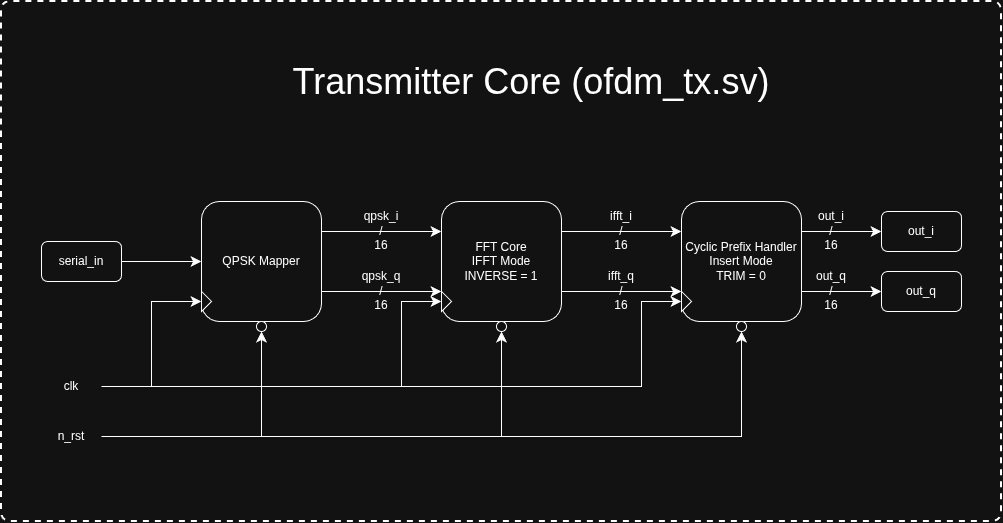
Earlier version of the draw.io export diagrams/transmittercorertl.png (Yauk-An-Ant/OFDM-Baseband-PHY-FPGA). Source tidied: cells renumbered, new cells last; positions are measured from the earlier drawing's top-left corner, leaving out a move shared by most shapes. Source of this version:
```xml
<mxGraphModel>
  <root>
    <mxCell id="0" />
    <mxCell id="1" parent="0" />
    <mxCell id="2" value="&lt;div&gt;&lt;br&gt;&lt;/div&gt;&lt;div&gt;&lt;br&gt;&lt;/div&gt;qpsk_q&lt;div&gt;/&lt;/div&gt;&lt;div&gt;16&lt;/div&gt;" style="text;html=1;whiteSpace=wrap;strokeColor=none;fillColor=none;align=center;verticalAlign=middle;rounded=0;fontFamily=Helvetica;fontSize=12;fontColor=default;labelBackgroundColor=default;" parent="1" vertex="1">
      <mxGeometry x="350" y="260" width="60" height="30" as="geometry" />
    </mxCell>
    <mxCell id="3" value="&lt;div&gt;&lt;br&gt;&lt;/div&gt;&lt;div&gt;&lt;br&gt;&lt;/div&gt;qpsk_i&lt;div&gt;/&lt;/div&gt;&lt;div&gt;16&lt;/div&gt;" style="text;html=1;whiteSpace=wrap;strokeColor=none;fillColor=none;align=center;verticalAlign=middle;rounded=0;fontFamily=Helvetica;fontSize=12;fontColor=default;labelBackgroundColor=default;" parent="1" vertex="1">
      <mxGeometry x="350" y="200" width="60" height="30" as="geometry" />
    </mxCell>
    <mxCell id="4" style="edgeStyle=orthogonalEdgeStyle;shape=connector;rounded=0;jettySize=auto;html=1;exitX=1;exitY=0.75;exitDx=0;exitDy=0;entryX=0;entryY=0.75;entryDx=0;entryDy=0;strokeColor=default;align=center;verticalAlign=middle;fontFamily=Helvetica;fontSize=12;fontColor=default;labelBackgroundColor=default;startSize=8;endArrow=classic;endSize=8;" parent="1" edge="1" source="12" target="15">
      <mxGeometry relative="1" as="geometry" />
    </mxCell>
    <mxCell id="5" value="&lt;div&gt;&lt;br&gt;&lt;/div&gt;&lt;div&gt;&lt;br&gt;&lt;/div&gt;ifft_q&lt;div&gt;/&lt;/div&gt;&lt;div&gt;16&lt;/div&gt;" style="text;html=1;whiteSpace=wrap;strokeColor=none;fillColor=none;align=center;verticalAlign=middle;rounded=0;fontFamily=Helvetica;fontSize=12;fontColor=default;labelBackgroundColor=default;" parent="1" vertex="1">
      <mxGeometry x="590" y="260" width="60" height="30" as="geometry" />
    </mxCell>
    <mxCell id="6" value="&lt;div&gt;&lt;br&gt;&lt;/div&gt;&lt;div&gt;&lt;br&gt;&lt;/div&gt;ifft_i&lt;div&gt;/&lt;/div&gt;&lt;div&gt;16&lt;/div&gt;" style="text;html=1;whiteSpace=wrap;strokeColor=none;fillColor=none;align=center;verticalAlign=middle;rounded=0;fontFamily=Helvetica;fontSize=12;fontColor=default;labelBackgroundColor=default;" parent="1" vertex="1">
      <mxGeometry x="590" y="200" width="60" height="30" as="geometry" />
    </mxCell>
    <mxCell id="7" value="&lt;div&gt;&lt;br&gt;&lt;/div&gt;&lt;div&gt;&lt;br&gt;&lt;/div&gt;out_q&lt;br&gt;&lt;div&gt;/&lt;/div&gt;&lt;div&gt;16&lt;/div&gt;" style="text;html=1;whiteSpace=wrap;strokeColor=none;fillColor=none;align=center;verticalAlign=middle;rounded=0;fontFamily=Helvetica;fontSize=12;fontColor=default;labelBackgroundColor=default;" parent="1" vertex="1">
      <mxGeometry x="800" y="260" width="60" height="30" as="geometry" />
    </mxCell>
    <mxCell id="8" value="&lt;div&gt;&lt;br&gt;&lt;/div&gt;&lt;div&gt;&lt;br&gt;&lt;/div&gt;out_i&lt;br&gt;&lt;div&gt;/&lt;/div&gt;&lt;div&gt;16&lt;/div&gt;" style="text;html=1;whiteSpace=wrap;strokeColor=none;fillColor=none;align=center;verticalAlign=middle;rounded=0;fontFamily=Helvetica;fontSize=12;fontColor=default;labelBackgroundColor=default;" parent="1" vertex="1">
      <mxGeometry x="800" y="200" width="60" height="30" as="geometry" />
    </mxCell>
    <mxCell id="9" style="edgeStyle=orthogonalEdgeStyle;rounded=0;jettySize=auto;html=1;exitX=1;exitY=0.5;exitDx=0;exitDy=0;entryX=0;entryY=0.5;entryDx=0;entryDy=0;fontSize=12;startSize=8;endSize=8;" parent="1" edge="1" source="10" target="12">
      <mxGeometry relative="1" as="geometry" />
    </mxCell>
    <mxCell id="10" value="serial_in" style="rounded=1;whiteSpace=wrap;html=1;" parent="1" vertex="1">
      <mxGeometry x="40" y="240" width="80" height="40" as="geometry" />
    </mxCell>
    <mxCell id="11" style="edgeStyle=orthogonalEdgeStyle;shape=connector;rounded=0;jettySize=auto;html=1;exitX=1;exitY=0.25;exitDx=0;exitDy=0;entryX=0;entryY=0.25;entryDx=0;entryDy=0;strokeColor=default;align=center;verticalAlign=middle;fontFamily=Helvetica;fontSize=12;fontColor=default;labelBackgroundColor=default;startSize=8;endArrow=classic;endSize=8;" parent="1" edge="1" source="12" target="15">
      <mxGeometry relative="1" as="geometry" />
    </mxCell>
    <mxCell id="12" value="QPSK Mapper" style="rounded=1;whiteSpace=wrap;html=1;" parent="1" vertex="1">
      <mxGeometry x="200" y="200" width="120" height="120" as="geometry" />
    </mxCell>
    <mxCell id="13" style="edgeStyle=orthogonalEdgeStyle;shape=connector;rounded=0;jettySize=auto;html=1;exitX=1;exitY=0.25;exitDx=0;exitDy=0;entryX=0;entryY=0.25;entryDx=0;entryDy=0;strokeColor=default;align=center;verticalAlign=middle;fontFamily=Helvetica;fontSize=12;fontColor=default;labelBackgroundColor=default;startSize=8;endArrow=classic;endSize=8;" parent="1" edge="1" source="15" target="18">
      <mxGeometry relative="1" as="geometry" />
    </mxCell>
    <mxCell id="14" style="edgeStyle=orthogonalEdgeStyle;shape=connector;rounded=0;jettySize=auto;html=1;exitX=1;exitY=0.75;exitDx=0;exitDy=0;entryX=0;entryY=0.75;entryDx=0;entryDy=0;strokeColor=default;align=center;verticalAlign=middle;fontFamily=Helvetica;fontSize=12;fontColor=default;labelBackgroundColor=default;startSize=8;endArrow=classic;endSize=8;" parent="1" edge="1" source="15" target="18">
      <mxGeometry relative="1" as="geometry" />
    </mxCell>
    <mxCell id="15" value="FFT Core&lt;div&gt;IFFT Mode&lt;/div&gt;&lt;div&gt;INVERSE = 1&lt;/div&gt;" style="rounded=1;whiteSpace=wrap;html=1;" parent="1" vertex="1">
      <mxGeometry x="440" y="200" width="120" height="120" as="geometry" />
    </mxCell>
    <mxCell id="16" style="edgeStyle=orthogonalEdgeStyle;shape=connector;rounded=0;jettySize=auto;html=1;exitX=1;exitY=0.25;exitDx=0;exitDy=0;entryX=0;entryY=0.5;entryDx=0;entryDy=0;strokeColor=default;align=center;verticalAlign=middle;fontFamily=Helvetica;fontSize=12;fontColor=default;labelBackgroundColor=default;startSize=8;endArrow=classic;endSize=8;" parent="1" edge="1" source="18" target="19">
      <mxGeometry relative="1" as="geometry" />
    </mxCell>
    <mxCell id="17" style="edgeStyle=orthogonalEdgeStyle;shape=connector;rounded=0;jettySize=auto;html=1;exitX=1;exitY=0.75;exitDx=0;exitDy=0;entryX=0;entryY=0.5;entryDx=0;entryDy=0;strokeColor=default;align=center;verticalAlign=middle;fontFamily=Helvetica;fontSize=12;fontColor=default;labelBackgroundColor=default;startSize=8;endArrow=classic;endSize=8;" parent="1" edge="1" source="18" target="20">
      <mxGeometry relative="1" as="geometry" />
    </mxCell>
    <mxCell id="18" value="Cyclic Prefix Handler&lt;div&gt;Insert Mode&lt;/div&gt;&lt;div&gt;TRIM = 0&lt;/div&gt;" style="rounded=1;whiteSpace=wrap;html=1;" parent="1" vertex="1">
      <mxGeometry x="680" y="200" width="120" height="120" as="geometry" />
    </mxCell>
    <mxCell id="19" value="out_i" style="rounded=1;whiteSpace=wrap;html=1;fontFamily=Helvetica;fontSize=12;fontColor=default;labelBackgroundColor=default;" parent="1" vertex="1">
      <mxGeometry x="880" y="210" width="80" height="40" as="geometry" />
    </mxCell>
    <mxCell id="20" value="out_q" style="rounded=1;whiteSpace=wrap;html=1;fontFamily=Helvetica;fontSize=12;fontColor=default;labelBackgroundColor=default;" parent="1" vertex="1">
      <mxGeometry x="880" y="270" width="80" height="40" as="geometry" />
    </mxCell>
    <mxCell id="21" value="Transmitter Core (ofdm_tx.sv)" style="text;html=1;whiteSpace=wrap;strokeColor=none;fillColor=none;align=center;verticalAlign=middle;rounded=0;fontFamily=Helvetica;fontSize=36;fontColor=default;labelBackgroundColor=default;" parent="1" vertex="1">
      <mxGeometry x="280" y="30" width="500" height="100" as="geometry" />
    </mxCell>
    <mxCell id="22" value=" " style="endArrow=none;dashed=1;html=1;strokeWidth=2;rounded=1;strokeColor=default;align=center;verticalAlign=middle;fontFamily=Helvetica;fontSize=12;fontColor=default;labelBackgroundColor=default;edgeStyle=orthogonalEdgeStyle;startSize=8;endSize=8;curved=0;" parent="1" edge="1">
      <mxGeometry relative="1" as="geometry">
        <mxPoint y="130" as="sourcePoint" />
        <mxPoint y="130" as="targetPoint" />
        <Array as="points">
          <mxPoint y="520" />
          <mxPoint x="1000" y="520" />
          <mxPoint x="1000" />
          <mxPoint />
        </Array>
      </mxGeometry>
    </mxCell>
    <mxCell id="23" style="edgeStyle=orthogonalEdgeStyle;shape=connector;rounded=0;jettySize=auto;html=1;exitX=1;exitY=0.5;exitDx=0;exitDy=0;entryX=0;entryY=0.5;entryDx=0;entryDy=0;strokeColor=default;align=center;verticalAlign=middle;fontFamily=Helvetica;fontSize=12;fontColor=default;labelBackgroundColor=default;startSize=8;endArrow=classic;endSize=8;" parent="1" edge="1" source="26" target="31">
      <mxGeometry relative="1" as="geometry" />
    </mxCell>
    <mxCell id="24" style="edgeStyle=orthogonalEdgeStyle;shape=connector;rounded=0;jettySize=auto;html=1;exitX=1;exitY=0.5;exitDx=0;exitDy=0;entryX=0;entryY=0.5;entryDx=0;entryDy=0;strokeColor=default;align=center;verticalAlign=middle;fontFamily=Helvetica;fontSize=12;fontColor=default;labelBackgroundColor=default;startSize=8;endArrow=classic;endSize=8;" parent="1" edge="1" source="26" target="32">
      <mxGeometry relative="1" as="geometry">
        <Array as="points">
          <mxPoint x="400" y="385" />
          <mxPoint x="400" y="300" />
        </Array>
      </mxGeometry>
    </mxCell>
    <mxCell id="25" style="edgeStyle=orthogonalEdgeStyle;shape=connector;rounded=0;jettySize=auto;html=1;exitX=1;exitY=0.5;exitDx=0;exitDy=0;entryX=0;entryY=0.5;entryDx=0;entryDy=0;strokeColor=default;align=center;verticalAlign=middle;fontFamily=Helvetica;fontSize=12;fontColor=default;labelBackgroundColor=default;startSize=8;endArrow=classic;endSize=8;" parent="1" edge="1" source="26" target="33">
      <mxGeometry relative="1" as="geometry">
        <Array as="points">
          <mxPoint x="640" y="385" />
          <mxPoint x="640" y="300" />
        </Array>
      </mxGeometry>
    </mxCell>
    <mxCell id="26" value="clk" style="text;html=1;whiteSpace=wrap;strokeColor=none;fillColor=none;align=center;verticalAlign=middle;rounded=0;fontFamily=Helvetica;fontSize=12;fontColor=default;labelBackgroundColor=default;" parent="1" vertex="1">
      <mxGeometry x="40" y="370" width="60" height="30" as="geometry" />
    </mxCell>
    <mxCell id="27" style="edgeStyle=orthogonalEdgeStyle;shape=connector;rounded=0;jettySize=auto;html=1;exitX=1;exitY=0.5;exitDx=0;exitDy=0;entryX=0.5;entryY=1;entryDx=0;entryDy=0;strokeColor=default;align=center;verticalAlign=middle;fontFamily=Helvetica;fontSize=12;fontColor=default;labelBackgroundColor=default;startSize=8;endArrow=classic;endSize=8;" parent="1" edge="1" source="30" target="34">
      <mxGeometry relative="1" as="geometry" />
    </mxCell>
    <mxCell id="28" style="edgeStyle=orthogonalEdgeStyle;shape=connector;rounded=0;jettySize=auto;html=1;exitX=1;exitY=0.5;exitDx=0;exitDy=0;entryX=0.5;entryY=1;entryDx=0;entryDy=0;strokeColor=default;align=center;verticalAlign=middle;fontFamily=Helvetica;fontSize=12;fontColor=default;labelBackgroundColor=default;startSize=8;endArrow=classic;endSize=8;" parent="1" edge="1" source="30" target="35">
      <mxGeometry relative="1" as="geometry" />
    </mxCell>
    <mxCell id="29" style="edgeStyle=orthogonalEdgeStyle;shape=connector;rounded=0;jettySize=auto;html=1;exitX=1;exitY=0.5;exitDx=0;exitDy=0;entryX=0.5;entryY=1;entryDx=0;entryDy=0;strokeColor=default;align=center;verticalAlign=middle;fontFamily=Helvetica;fontSize=12;fontColor=default;labelBackgroundColor=default;startSize=8;endArrow=classic;endSize=8;" parent="1" edge="1" source="30" target="36">
      <mxGeometry relative="1" as="geometry" />
    </mxCell>
    <mxCell id="30" value="n_rst" style="text;html=1;whiteSpace=wrap;strokeColor=none;fillColor=none;align=center;verticalAlign=middle;rounded=0;fontFamily=Helvetica;fontSize=12;fontColor=default;labelBackgroundColor=default;" parent="1" vertex="1">
      <mxGeometry x="40" y="420" width="60" height="30" as="geometry" />
    </mxCell>
    <mxCell id="31" style="triangle;whiteSpace=wrap;html=1;fontFamily=Helvetica;fontSize=12;fontColor=default;labelBackgroundColor=default;" parent="1" vertex="1">
      <mxGeometry x="200" y="290" width="10" height="20" as="geometry" />
    </mxCell>
    <mxCell id="32" style="triangle;whiteSpace=wrap;html=1;fontFamily=Helvetica;fontSize=12;fontColor=default;labelBackgroundColor=default;" parent="1" vertex="1">
      <mxGeometry x="440" y="290" width="10" height="20" as="geometry" />
    </mxCell>
    <mxCell id="33" style="triangle;whiteSpace=wrap;html=1;fontFamily=Helvetica;fontSize=12;fontColor=default;labelBackgroundColor=default;" parent="1" vertex="1">
      <mxGeometry x="680" y="290" width="10" height="20" as="geometry" />
    </mxCell>
    <mxCell id="34" style="ellipse;whiteSpace=wrap;html=1;fontFamily=Helvetica;fontSize=12;fontColor=default;labelBackgroundColor=default;" parent="1" vertex="1">
      <mxGeometry x="255" y="320" width="10" height="10" as="geometry" />
    </mxCell>
    <mxCell id="35" style="ellipse;whiteSpace=wrap;html=1;fontFamily=Helvetica;fontSize=12;fontColor=default;labelBackgroundColor=default;" parent="1" vertex="1">
      <mxGeometry x="495" y="320" width="10" height="10" as="geometry" />
    </mxCell>
    <mxCell id="36" style="ellipse;whiteSpace=wrap;html=1;fontFamily=Helvetica;fontSize=12;fontColor=default;labelBackgroundColor=default;" parent="1" vertex="1">
      <mxGeometry x="735" y="320" width="10" height="10" as="geometry" />
    </mxCell>
  </root>
</mxGraphModel>
```
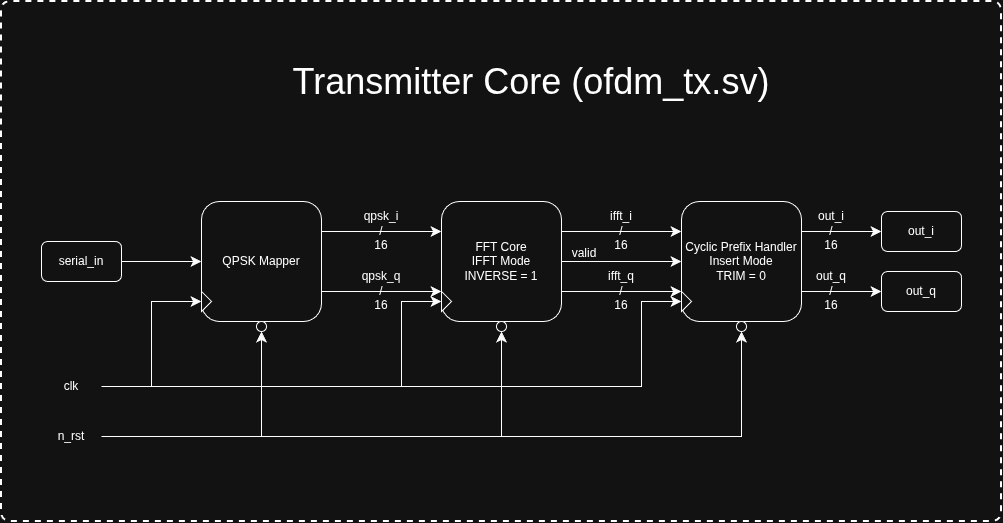
The same file after the commit.

The edit, as a diff of the source:
```diff
@@ -41,6 +41,9 @@
     <mxCell id="14" style="edgeStyle=orthogonalEdgeStyle;shape=connector;rounded=0;jettySize=auto;html=1;exitX=1;exitY=0.75;exitDx=0;exitDy=0;entryX=0;entryY=0.75;entryDx=0;entryDy=0;strokeColor=default;align=center;verticalAlign=middle;fontFamily=Helvetica;fontSize=12;fontColor=default;labelBackgroundColor=default;startSize=8;endArrow=classic;endSize=8;" parent="1" edge="1" source="15" target="18">
       <mxGeometry relative="1" as="geometry" />
     </mxCell>
+    <mxCell id="37" style="edgeStyle=none;curved=1;rounded=0;jettySize=auto;html=1;exitX=1;exitY=0.5;exitDx=0;exitDy=0;fontSize=12;startSize=8;endSize=8;" parent="1" edge="1" source="15" target="18">
+      <mxGeometry relative="1" as="geometry" />
+    </mxCell>
     <mxCell id="15" value="FFT Core&lt;div&gt;IFFT Mode&lt;/div&gt;&lt;div&gt;INVERSE = 1&lt;/div&gt;" style="rounded=1;whiteSpace=wrap;html=1;" parent="1" vertex="1">
       <mxGeometry x="440" y="200" width="120" height="120" as="geometry" />
     </mxCell>
@@ -126,5 +129,8 @@
     <mxCell id="36" style="ellipse;whiteSpace=wrap;html=1;fontFamily=Helvetica;fontSize=12;fontColor=default;labelBackgroundColor=default;" parent="1" vertex="1">
       <mxGeometry x="735" y="320" width="10" height="10" as="geometry" />
     </mxCell>
+    <mxCell id="38" value="valid" style="text;html=1;whiteSpace=wrap;strokeColor=none;fillColor=none;align=center;verticalAlign=middle;rounded=0;" parent="1" vertex="1">
+      <mxGeometry x="553" y="237" width="60" height="30" as="geometry" />
+    </mxCell>
   </root>
 </mxGraphModel>
```
